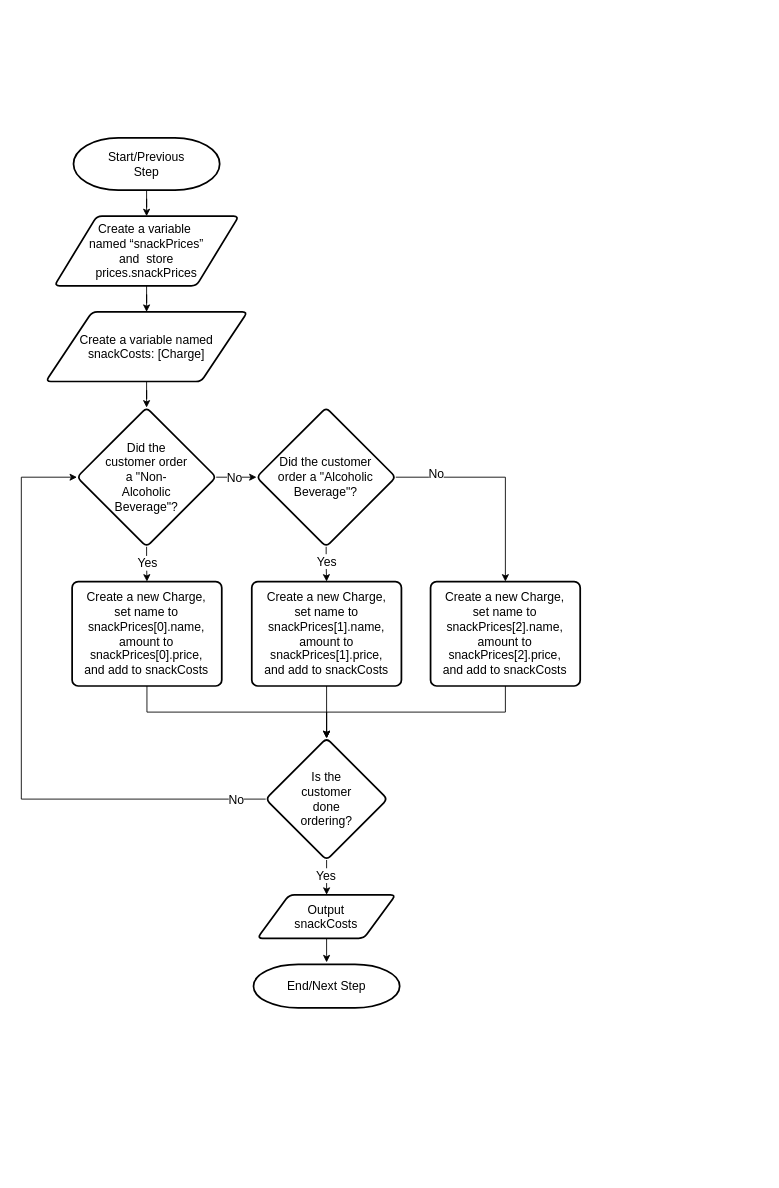
lucanovello/Winter-2024 keeps this draw.io diagram as APS145NFF/W5/APS145_WS5_logic3_part4.drawio. Above is the earlier version. Source tidied: cells renumbered, new cells numbered last; positions are measured from the earlier drawing's top-left corner, leaving out a move shared by most shapes. Both pictures are drawn from the tidied source at 87%, with x=0, y=0 at pixel (21, 137).
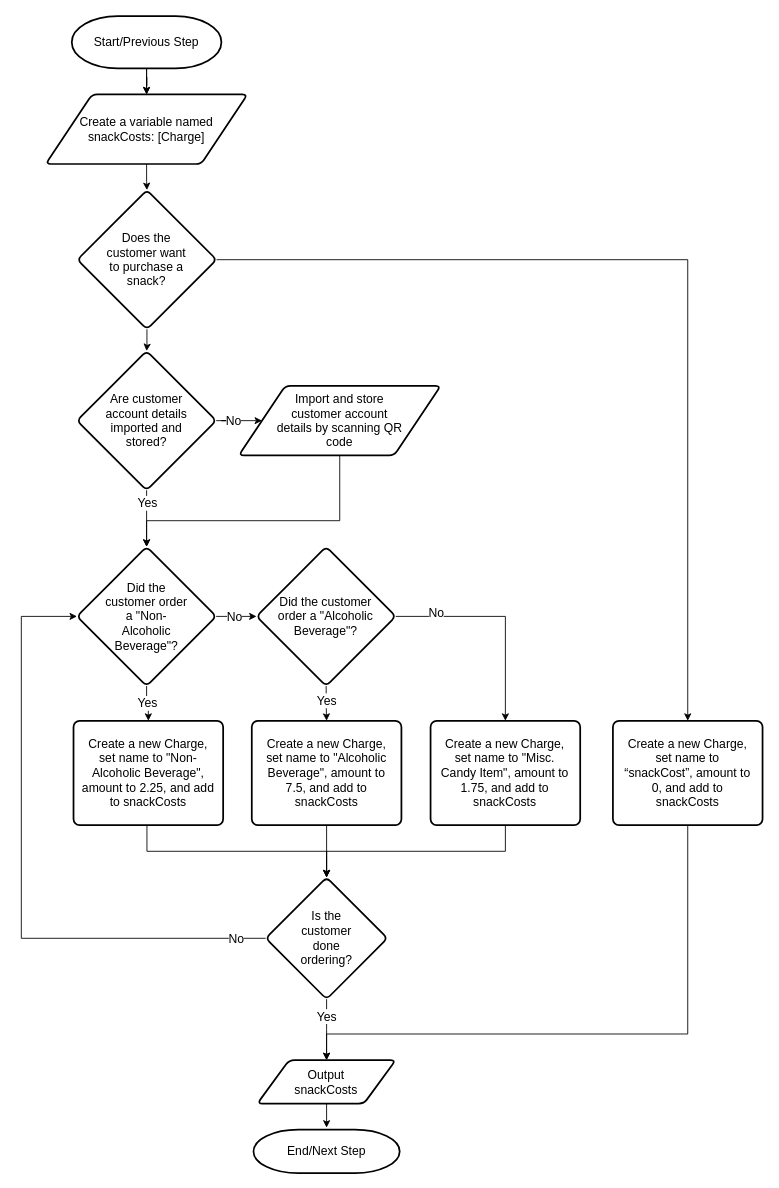
After the change.

The change refers to these unchanged cells:
```xml
<mxCell id="22" style="edgeStyle=orthogonalEdgeStyle;rounded=0;jettySize=auto;html=1;fontSize=14;" parent="1" edge="1" source="26" target="17">
  <mxGeometry relative="1" as="geometry" />
</mxCell>
```

What changed in the source:
```diff
@@
-    <mxCell id="2" style="edgeStyle=orthogonalEdgeStyle;rounded=0;jettySize=auto;html=1;fontSize=14;" parent="1" edge="1" source="3" target="20">
-      <mxGeometry relative="1" as="geometry" />
-    </mxCell>
+    <mxCell id="32" style="edgeStyle=orthogonalEdgeStyle;rounded=0;jettySize=auto;html=1;fontSize=14;" parent="1" edge="1" source="3" target="15">
+      <mxGeometry relative="1" as="geometry" />
+    </mxCell>
     <mxCell id="3" value="Start/Previous Step" style="strokeWidth=2;html=1;shape=mxgraph.flowchart.terminator;whiteSpace=wrap;spacing=20;spacingTop=5;spacingBottom=5;spacingLeft=5;spacingRight=5;fontSize=14;" parent="1" vertex="1">
-      <mxGeometry x="60" width="168" height="60" as="geometry" />
+      <mxGeometry x="58" y="-140" width="172" height="60" as="geometry" />
     </mxCell>
@@
     <mxCell id="6" style="edgeStyle=orthogonalEdgeStyle;rounded=0;jettySize=auto;html=1;spacing=12;spacingTop=5;spacingBottom=5;spacingLeft=5;spacingRight=5;entryX=0.5;entryY=0;entryDx=0;entryDy=0;fontSize=14;" parent="1" edge="1" source="8" target="31">
       <mxGeometry relative="1" as="geometry">
         <Array as="points">
-          <mxPoint x="556" y="390" />
+          <mxPoint x="556" y="550" />
         </Array>
       </mxGeometry>
     </mxCell>
@@
-    <mxCell id="8" value="&lt;p style=&quot;line-height: 120%; font-size: 14px;&quot;&gt;Did the customer order a &quot;Alcoholic Beverage&quot;?&lt;br style=&quot;font-size: 14px;&quot;&gt;&lt;/p&gt;" style="rhombus;whiteSpace=wrap;html=1;strokeWidth=2;rounded=1;arcSize=12;verticalAlign=middle;horizontal=1;spacing=21;spacingBottom=5;spacingTop=5;spacingLeft=5;spacingRight=5;fontSize=14;" parent="1" vertex="1">
-      <mxGeometry x="270.4" y="310" width="160" height="160" as="geometry" />
+    <mxCell id="8" value="&lt;p style=&quot;line-height: 120%; font-size: 14px;&quot;&gt;Did the customer order a &quot;Alcoholic Beverage&quot;?&lt;/p&gt;" style="rhombus;whiteSpace=wrap;html=1;strokeWidth=2;rounded=1;arcSize=12;verticalAlign=middle;horizontal=1;spacing=21;spacingBottom=5;spacingTop=5;spacingLeft=5;spacingRight=5;fontSize=14;" parent="1" vertex="1">
+      <mxGeometry x="270.4" y="470" width="160" height="160" as="geometry" />
     </mxCell>
@@
-    <mxCell id="13" value="&lt;p style=&quot;line-height: 120%;&quot;&gt;Did the customer order a &quot;Non-Alcoholic Beverage&quot;?&lt;/p&gt;" style="rhombus;whiteSpace=wrap;html=1;strokeWidth=2;rounded=1;arcSize=12;verticalAlign=middle;horizontal=1;spacing=20;spacingBottom=0;spacingTop=0;spacingLeft=10;spacingRight=10;fontSize=14;" parent="1" vertex="1">
-      <mxGeometry x="64" y="310" width="160" height="160" as="geometry" />
+    <mxCell id="13" value="&lt;p style=&quot;line-height: 120%; font-size: 14px;&quot;&gt;Did the customer order a &quot;Non-Alcoholic Beverage&quot;?&lt;/p&gt;" style="rhombus;whiteSpace=wrap;html=1;strokeWidth=2;rounded=1;arcSize=12;verticalAlign=middle;horizontal=1;spacing=20;spacingBottom=0;spacingTop=0;spacingLeft=10;spacingRight=10;fontSize=14;" parent="1" vertex="1">
+      <mxGeometry x="64" y="470" width="160" height="160" as="geometry" />
     </mxCell>
-    <mxCell id="14" style="edgeStyle=orthogonalEdgeStyle;rounded=0;jettySize=auto;html=1;fontSize=14;entryX=0.5;entryY=0;entryDx=0;entryDy=0;" parent="1" edge="1" source="15" target="13">
-      <mxGeometry relative="1" as="geometry" />
-    </mxCell>
+    <mxCell id="33" style="edgeStyle=orthogonalEdgeStyle;rounded=0;jettySize=auto;html=1;fontSize=14;" parent="1" edge="1" source="15" target="36">
+      <mxGeometry relative="1" as="geometry" />
+    </mxCell>
-    <mxCell id="15" value="&lt;div style=&quot;font-size: 14px;&quot;&gt;Create a variable named &lt;br style=&quot;font-size: 14px;&quot;&gt;snackCosts: [Charge]&lt;/div&gt;" style="shape=parallelogram;html=1;strokeWidth=2;perimeter=parallelogramPerimeter;whiteSpace=wrap;rounded=1;arcSize=12;size=0.23;spacing=20;spacingTop=0;spacingBottom=0;spacingLeft=15;spacingRight=15;fontSize=14;" parent="1" vertex="1">
-      <mxGeometry x="28" y="200" width="232" height="80" as="geometry" />
+    <mxCell id="15" value="&lt;div style=&quot;font-size: 14px;&quot;&gt;&lt;div style=&quot;font-size: 14px;&quot;&gt;Create a variable named snackCosts: [Charge]&lt;/div&gt;&lt;/div&gt;" style="shape=parallelogram;html=1;strokeWidth=2;perimeter=parallelogramPerimeter;whiteSpace=wrap;rounded=1;arcSize=12;size=0.23;spacing=20;spacingTop=0;spacingBottom=0;spacingLeft=15;spacingRight=15;fontSize=14;" parent="1" vertex="1">
+      <mxGeometry x="28" y="-50" width="232" height="80" as="geometry" />
     </mxCell>
@@
-    <mxCell id="17" value="&lt;div&gt;Output snackCosts&lt;/div&gt;" style="shape=parallelogram;html=1;strokeWidth=2;perimeter=parallelogramPerimeter;whiteSpace=wrap;rounded=1;arcSize=12;size=0.23;spacing=20;spacingTop=20;spacingBottom=20;spacingLeft=30;spacingRight=30;fontSize=14;" parent="1" vertex="1">
-      <mxGeometry x="271.3" y="870" width="159.1" height="50" as="geometry" />
+    <mxCell id="17" value="&lt;div style=&quot;font-size: 14px;&quot;&gt;Output snackCosts&lt;/div&gt;" style="shape=parallelogram;html=1;strokeWidth=2;perimeter=parallelogramPerimeter;whiteSpace=wrap;rounded=1;arcSize=12;size=0.23;spacing=20;spacingTop=20;spacingBottom=20;spacingLeft=30;spacingRight=30;fontSize=14;" parent="1" vertex="1">
+      <mxGeometry x="271.3" y="1060" width="159.1" height="50" as="geometry" />
     </mxCell>
@@
-    <mxCell id="19" style="edgeStyle=orthogonalEdgeStyle;rounded=0;jettySize=auto;html=1;fontSize=14;" parent="1" edge="1" source="20" target="15">
+    <mxCell id="19" style="edgeStyle=orthogonalEdgeStyle;rounded=0;jettySize=auto;html=1;fontSize=14;exitX=0.5;exitY=1;exitDx=0;exitDy=0;exitPerimeter=0;" parent="1" edge="1" source="3" target="15">
       <mxGeometry relative="1" as="geometry" />
     </mxCell>
-    <mxCell id="20" value="&lt;div style=&quot;font-size: 14px;&quot;&gt;Create a variable&amp;nbsp; named “snackPrices” and&amp;nbsp; store prices.snackPrices&lt;/div&gt;" style="shape=parallelogram;html=1;strokeWidth=2;perimeter=parallelogramPerimeter;whiteSpace=wrap;rounded=1;arcSize=12;size=0.23;spacing=10;spacingTop=0;spacingBottom=0;spacingLeft=20;spacingRight=20;fontSize=14;" parent="1" vertex="1">
-      <mxGeometry x="38" y="90" width="212" height="80" as="geometry" />
-    </mxCell>
     <mxCell id="21" value="End/Next Step" style="strokeWidth=2;html=1;shape=mxgraph.flowchart.terminator;whiteSpace=wrap;spacing=20;spacingTop=5;spacingBottom=5;spacingLeft=5;spacingRight=5;fontSize=14;" parent="1" vertex="1">
-      <mxGeometry x="266.9" y="950" width="168" height="50" as="geometry" />
+      <mxGeometry x="266.9" y="1140" width="168" height="50" as="geometry" />
     </mxCell>
@@
     <mxCell id="23" value="Yes" style="edgeLabel;html=1;align=center;verticalAlign=middle;fontSize=14;" parent="22" vertex="1">
-      <mxGeometry x="-0.16" y="-1" relative="1" as="geometry" />
+      <mxGeometry x="-0.16" y="-1" relative="1" as="geometry">
+        <mxPoint x="1" y="-10" as="offset" />
+      </mxGeometry>
     </mxCell>
     <mxCell id="24" style="edgeStyle=orthogonalEdgeStyle;rounded=0;jettySize=auto;html=1;entryX=0;entryY=0.5;entryDx=0;entryDy=0;exitX=0;exitY=0.5;exitDx=0;exitDy=0;fontSize=14;" parent="1" edge="1" source="26" target="13">
       <mxGeometry relative="1" as="geometry">
         <Array as="points">
-          <mxPoint y="760" />
-          <mxPoint y="390" />
+          <mxPoint y="920" />
+          <mxPoint y="550" />
         </Array>
       </mxGeometry>
     </mxCell>
@@
     <mxCell id="26" value="&lt;p style=&quot;line-height: 120%; font-size: 14px;&quot;&gt;Is the customer done ordering?&lt;br style=&quot;font-size: 14px;&quot;&gt;&lt;/p&gt;" style="rhombus;whiteSpace=wrap;html=1;strokeWidth=2;rounded=1;arcSize=12;verticalAlign=middle;horizontal=1;spacing=21;spacingBottom=5;spacingTop=5;spacingLeft=5;spacingRight=5;fontSize=14;" parent="1" vertex="1">
-      <mxGeometry x="280.9" y="690" width="140" height="140" as="geometry" />
+      <mxGeometry x="280.9" y="850" width="140" height="140" as="geometry" />
     </mxCell>
     <mxCell id="27" style="edgeStyle=orthogonalEdgeStyle;rounded=0;jettySize=auto;html=1;entryX=0.5;entryY=0;entryDx=0;entryDy=0;fontSize=14;exitX=0.5;exitY=1;exitDx=0;exitDy=0;" parent="1" edge="1" source="31" target="26">
       <mxGeometry relative="1" as="geometry">
         <Array as="points">
-          <mxPoint x="556.4" y="660" />
-          <mxPoint x="350.4" y="660" />
+          <mxPoint x="556.4" y="820" />
+          <mxPoint x="350.4" y="820" />
         </Array>
       </mxGeometry>
     </mxCell>
     <mxCell id="28" style="edgeStyle=orthogonalEdgeStyle;rounded=0;jettySize=auto;html=1;entryX=0.5;entryY=0;entryDx=0;entryDy=0;fontSize=14;" parent="1" edge="1" source="29" target="26">
       <mxGeometry relative="1" as="geometry">
         <Array as="points">
-          <mxPoint x="144.4" y="660" />
-          <mxPoint x="350.4" y="660" />
+          <mxPoint x="144.4" y="820" />
+          <mxPoint x="350.4" y="820" />
         </Array>
       </mxGeometry>
     </mxCell>
-    <mxCell id="29" value="Create a new Charge, set name to snackPrices[0].name, amount to snackPrices[0].price, and add to snackCosts" style="rounded=1;whiteSpace=wrap;html=1;absoluteArcSize=1;arcSize=14;strokeWidth=2;spacing=10;spacingTop=0;spacingBottom=0;spacingLeft=0;spacingRight=0;fontSize=14;" parent="1" vertex="1">
-      <mxGeometry x="58.4" y="510" width="172" height="120" as="geometry" />
+    <mxCell id="29" value="Create a new Charge, set name to &quot;Non-Alcoholic Beverage&quot;, amount to 2.25, and add to snackCosts" style="rounded=1;whiteSpace=wrap;html=1;absoluteArcSize=1;arcSize=14;strokeWidth=2;spacing=10;spacingTop=0;spacingBottom=0;spacingLeft=0;spacingRight=0;fontSize=14;" parent="1" vertex="1">
+      <mxGeometry x="60" y="670" width="172" height="120" as="geometry" />
     </mxCell>
-    <mxCell id="30" value="Create a new Charge, set name to snackPrices[1].name, amount to snackPrices[1].price, and add to snackCosts" style="rounded=1;whiteSpace=wrap;html=1;absoluteArcSize=1;arcSize=14;strokeWidth=2;spacing=10;spacingTop=0;spacingBottom=0;spacingLeft=0;spacingRight=0;fontSize=14;" parent="1" vertex="1">
-      <mxGeometry x="264.9" y="510" width="172" height="120" as="geometry" />
+    <mxCell id="30" value="Create a new Charge, set name to &quot;Alcoholic Beverage&quot;, amount to 7.5, and add to snackCosts" style="rounded=1;whiteSpace=wrap;html=1;absoluteArcSize=1;arcSize=14;strokeWidth=2;spacing=10;spacingTop=0;spacingBottom=0;spacingLeft=0;spacingRight=0;fontSize=14;" parent="1" vertex="1">
+      <mxGeometry x="264.9" y="670" width="172" height="120" as="geometry" />
     </mxCell>
-    <mxCell id="31" value="Create a new Charge, set name to snackPrices[2].name, amount to snackPrices[2].price, and add to snackCosts" style="rounded=1;whiteSpace=wrap;html=1;absoluteArcSize=1;arcSize=14;strokeWidth=2;spacing=10;spacingTop=0;spacingBottom=0;spacingLeft=0;spacingRight=0;fontSize=14;" parent="1" vertex="1">
-      <mxGeometry x="470.4" y="510" width="172" height="120" as="geometry" />
+    <mxCell id="31" value="Create a new Charge, set name to &quot;Misc. Candy Item&quot;, amount to 1.75, and add to snackCosts" style="rounded=1;whiteSpace=wrap;html=1;absoluteArcSize=1;arcSize=14;strokeWidth=2;spacing=10;spacingTop=0;spacingBottom=0;spacingLeft=0;spacingRight=0;fontSize=14;" parent="1" vertex="1">
+      <mxGeometry x="470.4" y="670" width="172" height="120" as="geometry" />
     </mxCell>
+    <mxCell id="34" style="edgeStyle=orthogonalEdgeStyle;rounded=0;jettySize=auto;html=1;fontSize=14;" parent="1" edge="1" source="36" target="41">
+      <mxGeometry relative="1" as="geometry" />
+    </mxCell>
+    <mxCell id="35" style="edgeStyle=orthogonalEdgeStyle;rounded=0;jettySize=auto;html=1;entryX=0.5;entryY=0;entryDx=0;entryDy=0;fontSize=14;" parent="1" edge="1" source="36" target="45">
+      <mxGeometry relative="1" as="geometry" />
+    </mxCell>
+    <mxCell id="36" value="&lt;p style=&quot;line-height: 120%; font-size: 14px;&quot;&gt;Does the customer want to purchase a snack?&lt;/p&gt;" style="rhombus;whiteSpace=wrap;html=1;strokeWidth=2;rounded=1;arcSize=12;verticalAlign=middle;horizontal=1;spacing=20;spacingBottom=0;spacingTop=0;spacingLeft=10;spacingRight=10;fontSize=14;" parent="1" vertex="1">
+      <mxGeometry x="64.4" y="60" width="160" height="160" as="geometry" />
+    </mxCell>
+    <mxCell id="37" style="edgeStyle=orthogonalEdgeStyle;rounded=0;jettySize=auto;html=1;fontSize=14;" parent="1" edge="1" source="41" target="43">
+      <mxGeometry relative="1" as="geometry" />
+    </mxCell>
+    <mxCell id="38" value="No" style="edgeLabel;html=1;align=center;verticalAlign=middle;fontSize=14;" parent="37" vertex="1">
+      <mxGeometry x="0.16" y="1" relative="1" as="geometry" />
+    </mxCell>
+    <mxCell id="39" style="edgeStyle=orthogonalEdgeStyle;rounded=0;jettySize=auto;html=1;fontSize=14;" parent="1" edge="1" source="41" target="13">
+      <mxGeometry relative="1" as="geometry" />
+    </mxCell>
+    <mxCell id="40" value="Yes" style="edgeLabel;html=1;align=center;verticalAlign=middle;fontSize=14;" parent="39" vertex="1">
+      <mxGeometry x="-0.58" relative="1" as="geometry" />
+    </mxCell>
+    <mxCell id="41" value="&lt;p style=&quot;line-height: 120%; font-size: 14px;&quot;&gt;Are customer account details imported and stored?&lt;/p&gt;" style="rhombus;whiteSpace=wrap;html=1;strokeWidth=2;rounded=1;arcSize=12;verticalAlign=middle;horizontal=1;spacing=20;spacingBottom=0;spacingTop=0;spacingLeft=10;spacingRight=10;fontSize=14;" parent="1" vertex="1">
+      <mxGeometry x="64" y="245" width="160" height="160" as="geometry" />
+    </mxCell>
+    <mxCell id="42" style="edgeStyle=orthogonalEdgeStyle;rounded=0;jettySize=auto;html=1;entryX=0.5;entryY=0;entryDx=0;entryDy=0;fontSize=14;" parent="1" edge="1" source="43" target="13">
+      <mxGeometry relative="1" as="geometry">
+        <Array as="points">
+          <mxPoint x="366" y="440" />
+          <mxPoint x="144" y="440" />
+        </Array>
+      </mxGeometry>
+    </mxCell>
+    <mxCell id="43" value="&lt;div style=&quot;font-size: 14px;&quot;&gt;&lt;div style=&quot;font-size: 14px;&quot;&gt;Import and store customer account details by scanning QR code&lt;/div&gt;&lt;/div&gt;" style="shape=parallelogram;html=1;strokeWidth=2;perimeter=parallelogramPerimeter;whiteSpace=wrap;rounded=1;arcSize=12;size=0.23;spacing=20;spacingTop=0;spacingBottom=0;spacingLeft=20;spacingRight=20;fontSize=14;" parent="1" vertex="1">
+      <mxGeometry x="250" y="285" width="232" height="80" as="geometry" />
+    </mxCell>
+    <mxCell id="44" style="edgeStyle=orthogonalEdgeStyle;rounded=0;jettySize=auto;html=1;entryX=0.5;entryY=0;entryDx=0;entryDy=0;fontSize=14;" parent="1" edge="1" source="45" target="17">
+      <mxGeometry relative="1" as="geometry">
+        <Array as="points">
+          <mxPoint x="766" y="1030" />
+          <mxPoint x="351" y="1030" />
+        </Array>
+      </mxGeometry>
+    </mxCell>
+    <mxCell id="45" value="Create a new Charge, set name to “snackCost”, amount to 0, and add to snackCosts" style="rounded=1;whiteSpace=wrap;html=1;absoluteArcSize=1;arcSize=14;strokeWidth=2;spacing=10;spacingTop=0;spacingBottom=0;spacingLeft=0;spacingRight=0;fontSize=14;" parent="1" vertex="1">
+      <mxGeometry x="680" y="670" width="172" height="120" as="geometry" />
+    </mxCell>
```
